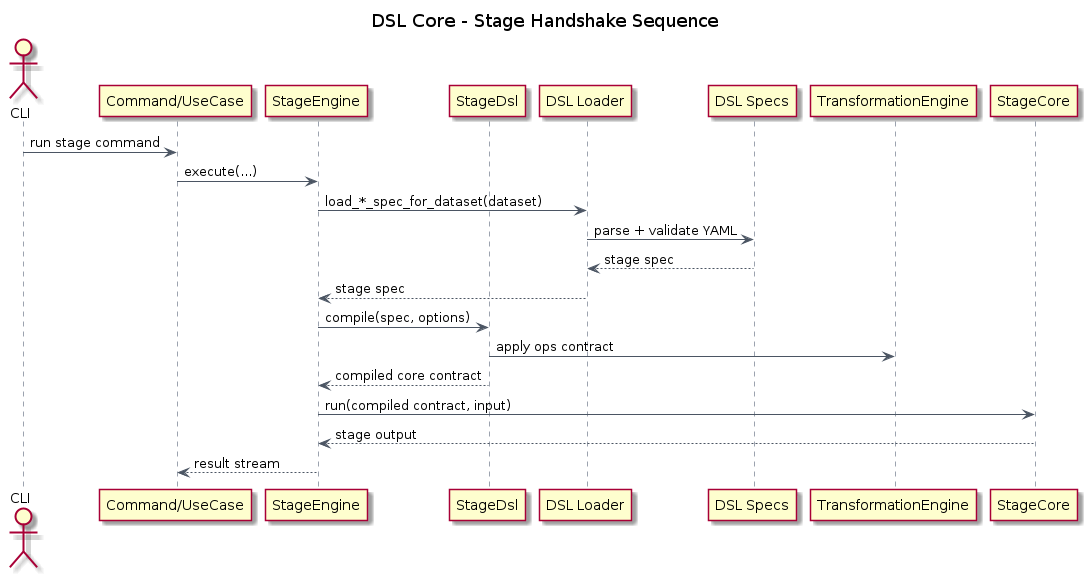
This is docs/uml/transform/dsl/dsl_core_sequence_stage_handshake.png from xORex-LC/nexus-etl, a PlantUML export, as it was before one commit. Its source is kept beside it as docs/uml/transform/dsl/dsl_core_sequence_stage_handshake.puml.
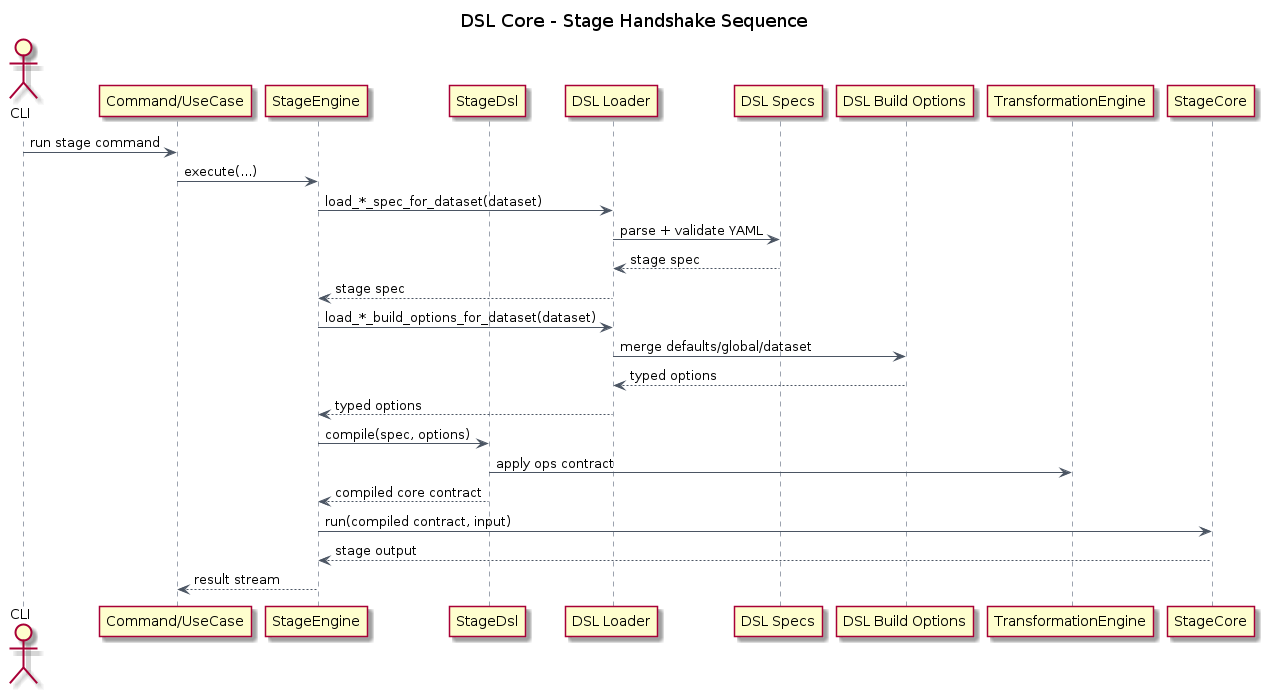
After the change.

What changed in the source:
```diff
@@ -15,6 +15,7 @@
 participant "StageDsl" as StageDsl
 participant "DSL Loader" as Loader
 participant "DSL Specs" as Specs
+participant "DSL Build Options" as Options
 participant "TransformationEngine" as TransformEngine
 participant "StageCore" as StageCore
 
@@ -24,6 +25,10 @@
 Loader -> Specs: parse + validate YAML
 Specs --> Loader: stage spec
 Loader --> StageEngine: stage spec
+StageEngine -> Loader: load_*_build_options_for_dataset(dataset)
+Loader -> Options: merge defaults/global/dataset
+Options --> Loader: typed options
+Loader --> StageEngine: typed options
 
 StageEngine -> StageDsl: compile(spec, options)
 StageDsl -> TransformEngine: apply ops contract
```
